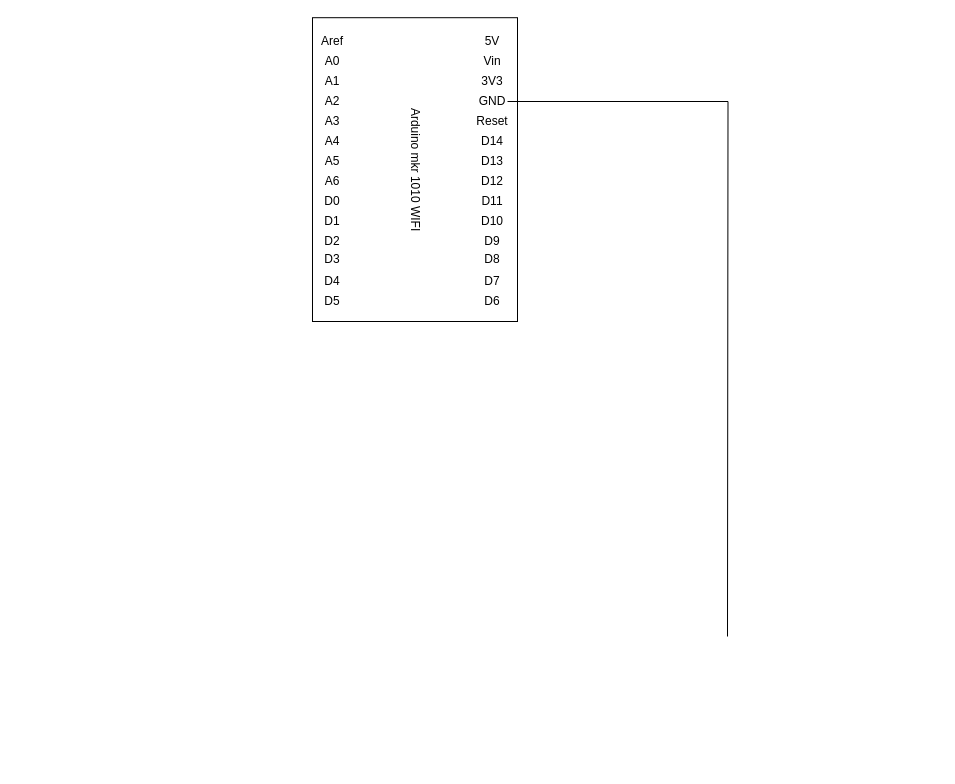
Gonram0s/pomodoro keeps this draw.io diagram as Diagrama sem nome.drawio. Above is the earlier version. Source tidied: cells renumbered, new cells numbered last; positions are measured from the earlier drawing's top-left corner, leaving out a move shared by most shapes. Both pictures are drawn from the tidied source at 100%, with x=0, y=0 at pixel (263, 36).
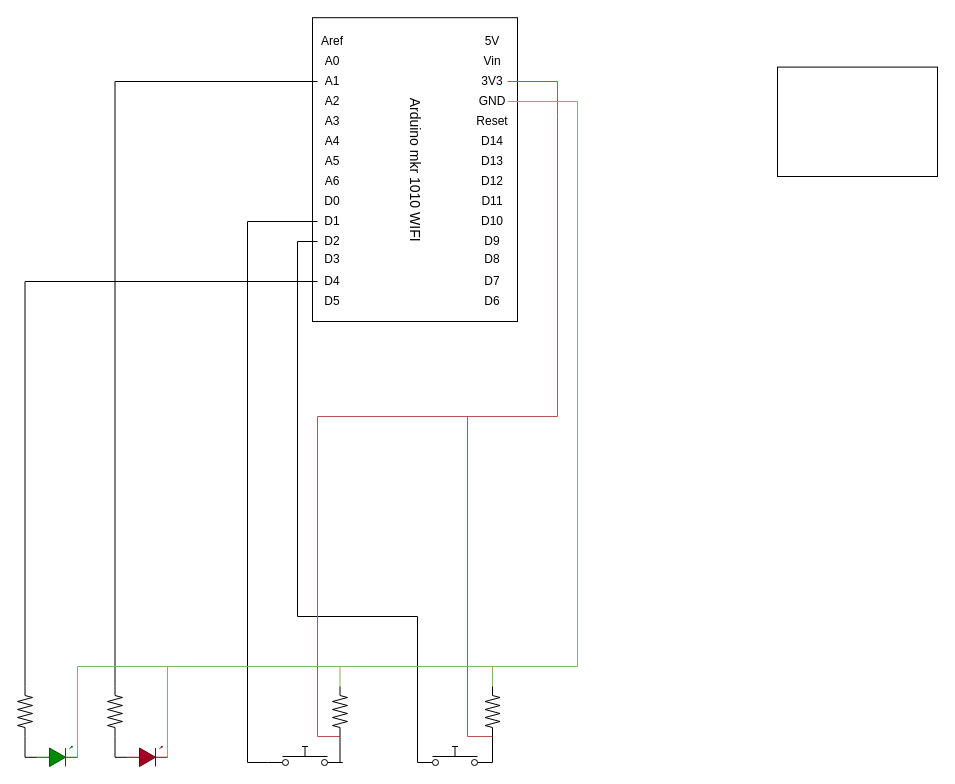
Above is the later version.

Unchanged cells that the change refers to:
```xml
<mxCell id="5" value="A1" style="text;html=1;align=center;verticalAlign=middle;whiteSpace=wrap;rounded=0;" parent="1" vertex="1">
  <mxGeometry x="54" y="40" width="30" height="10" as="geometry" />
</mxCell>
<mxCell id="12" value="D1" style="text;html=1;align=center;verticalAlign=middle;whiteSpace=wrap;rounded=0;" parent="1" vertex="1">
  <mxGeometry x="54" y="180" width="30" height="10" as="geometry" />
</mxCell>
<mxCell id="13" value="D4" style="text;html=1;align=center;verticalAlign=middle;whiteSpace=wrap;rounded=0;" parent="1" vertex="1">
  <mxGeometry x="54" y="240" width="30" height="10" as="geometry" />
</mxCell>
<mxCell id="14" value="D2" style="text;html=1;align=center;verticalAlign=middle;whiteSpace=wrap;rounded=0;" parent="1" vertex="1">
  <mxGeometry x="54" y="200" width="30" height="10" as="geometry" />
</mxCell>
<mxCell id="19" value="3V3" style="text;html=1;align=center;verticalAlign=middle;whiteSpace=wrap;rounded=0;" parent="1" vertex="1">
  <mxGeometry x="214" y="40" width="30" height="10" as="geometry" />
</mxCell>
<mxCell id="21" value="GND" style="text;html=1;align=center;verticalAlign=middle;whiteSpace=wrap;rounded=0;" parent="1" vertex="1">
  <mxGeometry x="214" y="60" width="30" height="10" as="geometry" />
</mxCell>
```

The edit, as a diff of the source:
```diff
@@
-    <mxCell id="2" value="Arduino mkr 1010 WIFI" style="rounded=0;whiteSpace=wrap;html=1;rotation=90;" parent="1" vertex="1">
+    <mxCell id="2" value="&lt;font style=&quot;font-size: 14px;&quot;&gt;Arduino mkr 1010 WIFI&lt;/font&gt;" style="rounded=0;whiteSpace=wrap;html=1;rotation=90;" parent="1" vertex="1">
       <mxGeometry x="-0.4" y="30.6" width="303.8" height="205" as="geometry" />
     </mxCell>
@@
+    <mxCell id="32" style="edgeStyle=orthogonalEdgeStyle;rounded=0;jettySize=auto;html=1;exitX=0;exitY=0.5;exitDx=0;exitDy=0;entryX=0;entryY=0.8;entryDx=0;entryDy=0;strokeColor=default;align=center;verticalAlign=middle;fontFamily=Helvetica;fontSize=11;fontColor=default;labelBackgroundColor=default;endArrow=none;endFill=0;" parent="1" edge="1" source="12" target="41">
+      <mxGeometry relative="1" as="geometry" />
+    </mxCell>
@@
+    <mxCell id="33" style="edgeStyle=orthogonalEdgeStyle;rounded=0;jettySize=auto;html=1;exitX=1;exitY=0.5;exitDx=0;exitDy=0;strokeColor=#b85450;align=center;verticalAlign=middle;fontFamily=Helvetica;fontSize=11;fontColor=default;labelBackgroundColor=default;endArrow=none;endFill=0;fillColor=#f8cecc;" parent="1" edge="1" source="19">
+      <mxGeometry relative="1" as="geometry">
+        <mxPoint x="294" y="80" as="targetPoint" />
+        <Array as="points">
+          <mxPoint x="294" y="45" />
+        </Array>
+      </mxGeometry>
+    </mxCell>
@@
-    <mxCell id="20" style="edgeStyle=orthogonalEdgeStyle;rounded=0;jettySize=auto;html=1;exitX=1;exitY=0.5;exitDx=0;exitDy=0;strokeColor=default;align=center;verticalAlign=middle;fontFamily=Helvetica;fontSize=11;fontColor=default;labelBackgroundColor=default;endArrow=none;endFill=0;" parent="1" edge="1" source="21">
-      <mxGeometry relative="1" as="geometry">
-        <mxPoint x="464" y="600" as="targetPoint" />
-      </mxGeometry>
-    </mxCell>
@@
+    <mxCell id="34" style="edgeStyle=orthogonalEdgeStyle;rounded=0;jettySize=auto;html=1;exitX=0;exitY=0.8;exitDx=0;exitDy=0;entryX=0;entryY=0.5;entryDx=0;entryDy=0;strokeColor=default;align=center;verticalAlign=middle;fontFamily=Helvetica;fontSize=11;fontColor=default;labelBackgroundColor=default;endArrow=none;endFill=0;" parent="1" edge="1" source="35" target="14">
+      <mxGeometry relative="1" as="geometry">
+        <Array as="points">
+          <mxPoint x="154" y="580" />
+          <mxPoint x="34" y="580" />
+          <mxPoint x="34" y="205" />
+        </Array>
+      </mxGeometry>
+    </mxCell>
+    <mxCell id="35" style="html=1;shape=mxgraph.electrical.electro-mechanical.pushbutton;elSwitchState=off;" parent="1" vertex="1">
+      <mxGeometry x="154" y="710" width="75" height="20" as="geometry" />
+    </mxCell>
+    <mxCell id="36" style="edgeStyle=orthogonalEdgeStyle;rounded=0;jettySize=auto;html=1;exitX=0;exitY=0.5;exitDx=0;exitDy=0;exitPerimeter=0;strokeColor=#82b366;align=center;verticalAlign=middle;fontFamily=Helvetica;fontSize=11;fontColor=default;labelBackgroundColor=default;endArrow=none;endFill=0;fillColor=#d5e8d4;" parent="1" edge="1" source="38">
+      <mxGeometry relative="1" as="geometry">
+        <mxPoint x="229" y="630" as="targetPoint" />
+      </mxGeometry>
+    </mxCell>
+    <mxCell id="37" style="edgeStyle=orthogonalEdgeStyle;rounded=0;jettySize=auto;html=1;exitX=1;exitY=0.5;exitDx=0;exitDy=0;exitPerimeter=0;strokeColor=#b85450;align=center;verticalAlign=middle;fontFamily=Helvetica;fontSize=11;fontColor=default;labelBackgroundColor=default;endArrow=none;endFill=0;fillColor=#f8cecc;" parent="1" edge="1" source="38">
+      <mxGeometry relative="1" as="geometry">
+        <mxPoint x="194" y="380" as="targetPoint" />
+        <Array as="points">
+          <mxPoint x="204" y="700" />
+          <mxPoint x="204" y="380" />
+        </Array>
+      </mxGeometry>
+    </mxCell>
+    <mxCell id="38" style="verticalLabelPosition=bottom;shadow=0;dashed=0;align=center;html=1;verticalAlign=top;shape=mxgraph.electrical.resistors.resistor_2;direction=south;" parent="1" vertex="1">
+      <mxGeometry x="221.5" y="650" width="15" height="50" as="geometry" />
+    </mxCell>
+    <mxCell id="39" style="edgeStyle=orthogonalEdgeStyle;rounded=0;jettySize=auto;html=1;exitX=1;exitY=0.8;exitDx=0;exitDy=0;entryX=1;entryY=0.5;entryDx=0;entryDy=0;entryPerimeter=0;endArrow=none;endFill=0;" parent="1" edge="1" source="35" target="38">
+      <mxGeometry relative="1" as="geometry" />
+    </mxCell>
+    <mxCell id="40" style="edgeStyle=orthogonalEdgeStyle;rounded=0;jettySize=auto;html=1;exitX=1;exitY=0.5;exitDx=0;exitDy=0;strokeColor=#82b366;align=center;verticalAlign=middle;fontFamily=Helvetica;fontSize=11;fontColor=default;labelBackgroundColor=default;endArrow=none;endFill=0;fillColor=#d5e8d4;entryX=0;entryY=0.5;entryDx=0;entryDy=0;entryPerimeter=0;" parent="1" edge="1" source="21" target="43">
+      <mxGeometry relative="1" as="geometry">
+        <Array as="points">
+          <mxPoint x="314" y="65" />
+          <mxPoint x="314" y="630" />
+          <mxPoint x="77" y="630" />
+        </Array>
+      </mxGeometry>
+    </mxCell>
+    <mxCell id="41" style="html=1;shape=mxgraph.electrical.electro-mechanical.pushbutton;elSwitchState=off;" parent="1" vertex="1">
+      <mxGeometry x="4" y="710" width="75" height="20" as="geometry" />
+    </mxCell>
+    <mxCell id="42" style="edgeStyle=orthogonalEdgeStyle;rounded=0;jettySize=auto;html=1;exitX=1;exitY=0.5;exitDx=0;exitDy=0;exitPerimeter=0;strokeColor=#b85450;align=center;verticalAlign=middle;fontFamily=Helvetica;fontSize=11;fontColor=default;labelBackgroundColor=default;endArrow=none;endFill=0;fillColor=#f8cecc;" parent="1" edge="1" source="43">
+      <mxGeometry relative="1" as="geometry">
+        <mxPoint x="294" y="80" as="targetPoint" />
+        <Array as="points">
+          <mxPoint x="54" y="700" />
+          <mxPoint x="54" y="380" />
+          <mxPoint x="294" y="380" />
+        </Array>
+      </mxGeometry>
+    </mxCell>
+    <mxCell id="43" style="verticalLabelPosition=bottom;shadow=0;dashed=0;align=center;html=1;verticalAlign=top;shape=mxgraph.electrical.resistors.resistor_2;direction=south;" parent="1" vertex="1">
+      <mxGeometry x="69" y="650" width="15" height="50" as="geometry" />
+    </mxCell>
+    <mxCell id="44" style="edgeStyle=orthogonalEdgeStyle;rounded=0;jettySize=auto;html=1;exitX=1;exitY=0.8;exitDx=0;exitDy=0;entryX=1;entryY=0.5;entryDx=0;entryDy=0;entryPerimeter=0;endArrow=none;endFill=0;" parent="1" edge="1" source="41" target="43">
+      <mxGeometry relative="1" as="geometry" />
+    </mxCell>
+    <mxCell id="45" style="edgeStyle=orthogonalEdgeStyle;rounded=0;jettySize=auto;html=1;exitX=1;exitY=0.54;exitDx=0;exitDy=0;exitPerimeter=0;strokeColor=#82b366;align=center;verticalAlign=middle;fontFamily=Helvetica;fontSize=11;fontColor=default;labelBackgroundColor=default;endArrow=none;endFill=0;fillColor=#d5e8d4;" parent="1" edge="1" source="46">
+      <mxGeometry relative="1" as="geometry">
+        <mxPoint x="84" y="630" as="targetPoint" />
+        <Array as="points">
+          <mxPoint x="-96" y="630" />
+        </Array>
+      </mxGeometry>
+    </mxCell>
+    <mxCell id="46" style="verticalLabelPosition=bottom;shadow=0;dashed=0;align=center;html=1;verticalAlign=top;shape=mxgraph.electrical.opto_electronics.led_1;fontFamily=Helvetica;fontSize=11;fontColor=#ffffff;labelBackgroundColor=default;fillColor=#a20025;strokeColor=#6F0000;" parent="1" vertex="1">
+      <mxGeometry x="-136" y="710" width="40" height="20" as="geometry" />
+    </mxCell>
+    <mxCell id="47" style="verticalLabelPosition=bottom;shadow=0;dashed=0;align=center;html=1;verticalAlign=top;shape=mxgraph.electrical.resistors.resistor_2;direction=south;" parent="1" vertex="1">
+      <mxGeometry x="-156" y="650" width="15" height="50" as="geometry" />
+    </mxCell>
+    <mxCell id="48" style="edgeStyle=orthogonalEdgeStyle;rounded=0;jettySize=auto;html=1;exitX=0;exitY=0.54;exitDx=0;exitDy=0;exitPerimeter=0;entryX=1;entryY=0.5;entryDx=0;entryDy=0;entryPerimeter=0;strokeColor=default;align=center;verticalAlign=middle;fontFamily=Helvetica;fontSize=11;fontColor=default;labelBackgroundColor=default;endArrow=none;endFill=0;" parent="1" edge="1" source="46" target="47">
+      <mxGeometry relative="1" as="geometry" />
+    </mxCell>
+    <mxCell id="49" style="edgeStyle=orthogonalEdgeStyle;rounded=0;jettySize=auto;html=1;exitX=0;exitY=0.5;exitDx=0;exitDy=0;entryX=0;entryY=0.5;entryDx=0;entryDy=0;entryPerimeter=0;strokeColor=default;align=center;verticalAlign=middle;fontFamily=Helvetica;fontSize=11;fontColor=default;labelBackgroundColor=default;endArrow=none;endFill=0;" parent="1" edge="1" source="5" target="47">
+      <mxGeometry relative="1" as="geometry" />
+    </mxCell>
+    <mxCell id="50" style="edgeStyle=orthogonalEdgeStyle;rounded=0;jettySize=auto;html=1;exitX=1;exitY=0.54;exitDx=0;exitDy=0;exitPerimeter=0;strokeColor=#82b366;align=center;verticalAlign=middle;fontFamily=Helvetica;fontSize=11;fontColor=default;labelBackgroundColor=default;endArrow=none;endFill=0;fillColor=#d5e8d4;" parent="1" edge="1" source="51">
+      <mxGeometry relative="1" as="geometry">
+        <mxPoint x="-96" y="630" as="targetPoint" />
+        <Array as="points">
+          <mxPoint x="-186" y="630" />
+        </Array>
+      </mxGeometry>
+    </mxCell>
+    <mxCell id="51" style="verticalLabelPosition=bottom;shadow=0;dashed=0;align=center;html=1;verticalAlign=top;shape=mxgraph.electrical.opto_electronics.led_1;fontFamily=Helvetica;fontSize=11;fontColor=#ffffff;labelBackgroundColor=default;fillColor=#008a00;strokeColor=#005700;" parent="1" vertex="1">
+      <mxGeometry x="-226" y="710" width="40" height="20" as="geometry" />
+    </mxCell>
+    <mxCell id="52" style="edgeStyle=orthogonalEdgeStyle;rounded=0;jettySize=auto;html=1;exitX=0;exitY=0.5;exitDx=0;exitDy=0;exitPerimeter=0;entryX=0;entryY=0.5;entryDx=0;entryDy=0;strokeColor=default;align=center;verticalAlign=middle;fontFamily=Helvetica;fontSize=11;fontColor=default;labelBackgroundColor=default;endArrow=none;endFill=0;" parent="1" edge="1" source="53" target="13">
+      <mxGeometry relative="1" as="geometry" />
+    </mxCell>
+    <mxCell id="53" style="verticalLabelPosition=bottom;shadow=0;dashed=0;align=center;html=1;verticalAlign=top;shape=mxgraph.electrical.resistors.resistor_2;direction=south;" parent="1" vertex="1">
+      <mxGeometry x="-246" y="650" width="15" height="50" as="geometry" />
+    </mxCell>
+    <mxCell id="54" style="edgeStyle=orthogonalEdgeStyle;rounded=0;jettySize=auto;html=1;exitX=0;exitY=0.54;exitDx=0;exitDy=0;exitPerimeter=0;entryX=1;entryY=0.5;entryDx=0;entryDy=0;entryPerimeter=0;strokeColor=default;align=center;verticalAlign=middle;fontFamily=Helvetica;fontSize=11;fontColor=default;labelBackgroundColor=default;endArrow=none;endFill=0;" parent="1" edge="1" source="51" target="53">
+      <mxGeometry relative="1" as="geometry" />
+    </mxCell>
+    <mxCell id="55" style="rounded=0;whiteSpace=wrap;html=1;fontFamily=Helvetica;fontSize=11;fontColor=default;labelBackgroundColor=default;" parent="1" vertex="1">
+      <mxGeometry x="514" y="30.6" width="160" height="109.4" as="geometry" />
+    </mxCell>
```
